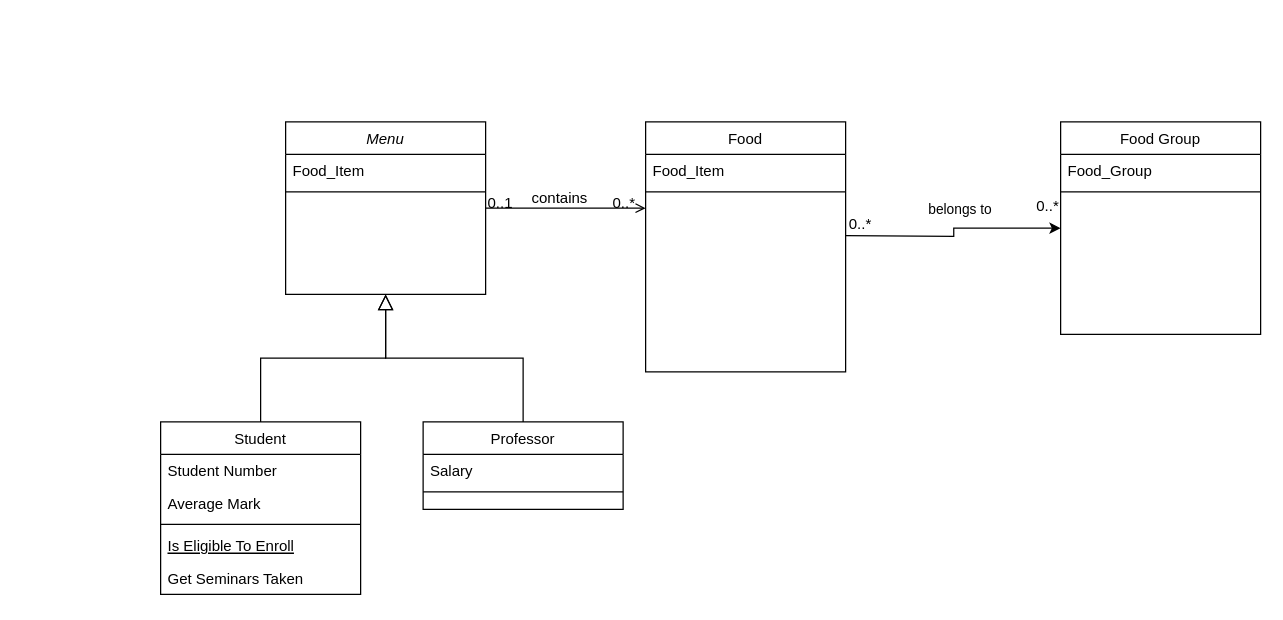
Earlier version of the draw.io diagram ext/Untitled Diagram.drawio (raeeschaudhary/Coursera_Exams). Source tidied: cells renumbered, new cells numbered last; positions are measured from the earlier drawing's top-left corner, leaving out a move shared by most shapes. Both pictures are drawn from the tidied source at 125%, with x=0, y=0 at pixel (160, 121).
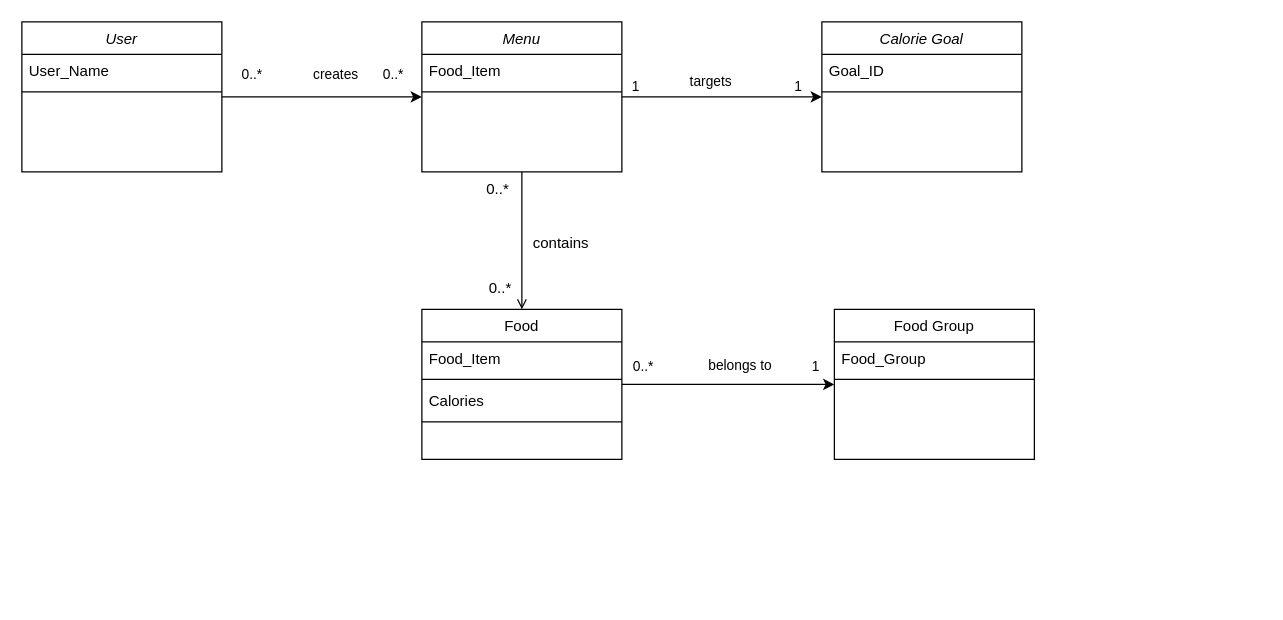
Above is the later version.

Unchanged cells that the change refers to:
```xml
<mxCell id="19" style="endArrow=open;shadow=0;strokeWidth=1;rounded=0;endFill=1;edgeStyle=elbowEdgeStyle;elbow=vertical;" parent="1" edge="1" source="2" target="16">
  <mxGeometry x="0.5" y="41" relative="1" as="geometry">
    <mxPoint x="-40" y="32" as="offset" />
  </mxGeometry>
</mxCell>
```

What changed in the source:
```diff
@@
+    <mxCell id="30" style="edgeStyle=orthogonalEdgeStyle;rounded=0;jettySize=auto;html=1;exitX=1;exitY=0.5;exitDx=0;exitDy=0;entryX=0;entryY=0.5;entryDx=0;entryDy=0;" parent="1" edge="1" source="2" target="45">
+      <mxGeometry relative="1" as="geometry" />
+    </mxCell>
+    <mxCell id="31" value="targets" style="edgeLabel;html=1;align=center;verticalAlign=middle;" parent="30" vertex="1">
+      <mxGeometry x="-0.03" y="4" relative="1" as="geometry">
+        <mxPoint x="-8" y="-9" as="offset" />
+      </mxGeometry>
+    </mxCell>
+    <mxCell id="32" value="1" style="edgeLabel;html=1;align=center;verticalAlign=middle;" parent="30" vertex="1">
+      <mxGeometry x="0.6" y="4" relative="1" as="geometry">
+        <mxPoint x="12" y="-5" as="offset" />
+      </mxGeometry>
+    </mxCell>
+    <mxCell id="33" value="1" style="edgeLabel;html=1;align=center;verticalAlign=middle;" parent="30" vertex="1">
+      <mxGeometry x="-0.78" y="2" relative="1" as="geometry">
+        <mxPoint x="-8" y="-7" as="offset" />
+      </mxGeometry>
+    </mxCell>
     <mxCell id="2" value="Menu" style="swimlane;fontStyle=2;align=center;verticalAlign=top;horizontal=1;startSize=26;rounded=0;shadow=0;strokeWidth=1;" parent="1" vertex="1">
-      <mxGeometry x="100" width="160" height="138" as="geometry" />
+      <mxGeometry x="209" y="-80" width="160" height="120" as="geometry" />
     </mxCell>
@@
-    <mxCell id="5" value="Student" style="swimlane;fontStyle=0;align=center;verticalAlign=top;horizontal=1;startSize=26;rounded=0;shadow=0;strokeWidth=1;" parent="1" vertex="1">
-      <mxGeometry y="240" width="160" height="138" as="geometry" />
-    </mxCell>
-    <mxCell id="6" value="Student Number" style="text;align=left;verticalAlign=top;spacingLeft=4;spacingRight=4;overflow=hidden;" parent="5" vertex="1">
-      <mxGeometry y="26" width="160" height="26" as="geometry" />
-    </mxCell>
-    <mxCell id="7" value="Average Mark" style="text;align=left;verticalAlign=top;spacingLeft=4;spacingRight=4;overflow=hidden;rounded=0;shadow=0;html=0;" parent="5" vertex="1">
-      <mxGeometry y="52" width="160" height="26" as="geometry" />
-    </mxCell>
-    <mxCell id="8" style="line;html=1;strokeWidth=1;align=left;verticalAlign=middle;spacingTop=-1;spacingLeft=3;spacingRight=3;labelPosition=right;" parent="5" vertex="1">
-      <mxGeometry y="78" width="160" height="8" as="geometry" />
-    </mxCell>
-    <mxCell id="9" value="Is Eligible To Enroll" style="text;align=left;verticalAlign=top;spacingLeft=4;spacingRight=4;overflow=hidden;fontStyle=4;" parent="5" vertex="1">
-      <mxGeometry y="86" width="160" height="26" as="geometry" />
-    </mxCell>
-    <mxCell id="10" value="Get Seminars Taken" style="text;align=left;verticalAlign=top;spacingLeft=4;spacingRight=4;overflow=hidden;" parent="5" vertex="1">
-      <mxGeometry y="112" width="160" height="26" as="geometry" />
-    </mxCell>
-    <mxCell id="11" style="endArrow=block;endSize=10;endFill=0;shadow=0;strokeWidth=1;rounded=0;edgeStyle=elbowEdgeStyle;elbow=vertical;" parent="1" edge="1" source="5" target="2">
-      <mxGeometry relative="1" as="geometry" />
-    </mxCell>
-    <mxCell id="12" value="Professor" style="swimlane;fontStyle=0;align=center;verticalAlign=top;horizontal=1;startSize=26;rounded=0;shadow=0;strokeWidth=1;" parent="1" vertex="1">
-      <mxGeometry x="210" y="240" width="160" height="70" as="geometry" />
-    </mxCell>
-    <mxCell id="13" value="Salary" style="text;align=left;verticalAlign=top;spacingLeft=4;spacingRight=4;overflow=hidden;" parent="12" vertex="1">
-      <mxGeometry y="26" width="160" height="26" as="geometry" />
-    </mxCell>
-    <mxCell id="14" style="line;html=1;strokeWidth=1;align=left;verticalAlign=middle;spacingTop=-1;spacingLeft=3;spacingRight=3;labelPosition=right;" parent="12" vertex="1">
-      <mxGeometry y="52" width="160" height="8" as="geometry" />
-    </mxCell>
-    <mxCell id="15" style="endArrow=block;endSize=10;endFill=0;shadow=0;strokeWidth=1;rounded=0;edgeStyle=elbowEdgeStyle;elbow=vertical;" parent="1" edge="1" source="12" target="2">
-      <mxGeometry relative="1" as="geometry" />
-    </mxCell>
     <mxCell id="16" value="Food" style="swimlane;fontStyle=0;align=center;verticalAlign=top;horizontal=1;startSize=26;rounded=0;shadow=0;strokeWidth=1;" parent="1" vertex="1">
-      <mxGeometry x="388" width="160" height="200" as="geometry" />
+      <mxGeometry x="209" y="150" width="160" height="120" as="geometry" />
     </mxCell>
@@
+    <mxCell id="34" value="Calories" style="text;align=left;verticalAlign=top;spacingLeft=4;spacingRight=4;overflow=hidden;" parent="16" vertex="1">
+      <mxGeometry y="60" width="160" height="26" as="geometry" />
+    </mxCell>
+    <mxCell id="35" style="line;html=1;strokeWidth=1;align=left;verticalAlign=middle;spacingTop=-1;spacingLeft=3;spacingRight=3;labelPosition=right;" parent="16" vertex="1">
+      <mxGeometry y="86" width="160" height="8" as="geometry" />
+    </mxCell>
@@
-    <mxCell id="20" value="0..1" style="align=left;verticalAlign=bottom;labelBackgroundColor=none;fontSize=12;" parent="19" vertex="1">
+    <mxCell id="20" value="0..*" style="align=left;verticalAlign=bottom;labelBackgroundColor=none;fontSize=12;" parent="19" vertex="1">
       <mxGeometry x="-1" relative="1" as="geometry">
-        <mxPoint y="4" as="offset" />
+        <mxPoint x="-30" y="22" as="offset" />
       </mxGeometry>
     </mxCell>
     <mxCell id="21" value="0..*" style="align=right;verticalAlign=bottom;labelBackgroundColor=none;fontSize=12;" parent="19" vertex="1">
       <mxGeometry x="1" relative="1" as="geometry">
-        <mxPoint x="-7" y="4" as="offset" />
+        <mxPoint x="-7" y="-9" as="offset" />
       </mxGeometry>
     </mxCell>
     <mxCell id="22" value="contains" style="text;html=1;align=center;verticalAlign=middle;labelBackgroundColor=none;rounded=0;shadow=0;strokeWidth=1;fontSize=12;" parent="19" vertex="1">
       <mxGeometry x="0.5" y="49" relative="1" as="geometry">
-        <mxPoint x="-38" y="40" as="offset" />
+        <mxPoint x="-19" y="-27" as="offset" />
       </mxGeometry>
     </mxCell>
     <mxCell id="23" value="Food Group" style="swimlane;fontStyle=0;align=center;verticalAlign=top;horizontal=1;startSize=26;rounded=0;shadow=0;strokeWidth=1;" parent="1" vertex="1">
-      <mxGeometry x="720" width="160" height="170" as="geometry" />
+      <mxGeometry x="539" y="150" width="160" height="120" as="geometry" />
     </mxCell>
@@
-    <mxCell id="26" style="edgeStyle=orthogonalEdgeStyle;rounded=0;jettySize=auto;html=1;exitX=1;exitY=0.5;exitDx=0;exitDy=0;entryX=0;entryY=0.5;entryDx=0;entryDy=0;" parent="1" edge="1" target="23">
-      <mxGeometry relative="1" as="geometry">
-        <mxPoint x="548" y="91" as="sourcePoint" />
-      </mxGeometry>
+    <mxCell id="26" style="edgeStyle=orthogonalEdgeStyle;rounded=0;jettySize=auto;html=1;entryX=0;entryY=0.5;entryDx=0;entryDy=0;exitX=1;exitY=0.5;exitDx=0;exitDy=0;" parent="1" edge="1" source="16" target="23">
+      <mxGeometry relative="1" as="geometry" />
     </mxCell>
@@
-    <mxCell id="28" value="0..*" style="align=right;verticalAlign=bottom;labelBackgroundColor=none;fontSize=12;" parent="1" vertex="1">
-      <mxGeometry x="570" y="90" as="geometry" />
-    </mxCell>
-    <mxCell id="29" value="0..*" style="align=right;verticalAlign=bottom;labelBackgroundColor=none;fontSize=12;" parent="1" vertex="1">
-      <mxGeometry x="707" y="69" as="geometry">
-        <mxPoint x="13" y="7" as="offset" />
-      </mxGeometry>
-    </mxCell>
+    <mxCell id="36" value="1" style="edgeLabel;html=1;align=center;verticalAlign=middle;" parent="26" vertex="1">
+      <mxGeometry x="0.71" y="-3" relative="1" as="geometry">
+        <mxPoint x="9" y="-18" as="offset" />
+      </mxGeometry>
+    </mxCell>
+    <mxCell id="37" value="0..*" style="edgeLabel;html=1;align=center;verticalAlign=middle;" parent="26" vertex="1">
+      <mxGeometry x="-0.68" y="3" relative="1" as="geometry">
+        <mxPoint x="-11" y="-12" as="offset" />
+      </mxGeometry>
+    </mxCell>
+    <mxCell id="38" style="edgeStyle=orthogonalEdgeStyle;rounded=0;jettySize=auto;html=1;entryX=0;entryY=0.5;entryDx=0;entryDy=0;exitX=1;exitY=0.5;exitDx=0;exitDy=0;" parent="1" edge="1" source="42" target="2">
+      <mxGeometry relative="1" as="geometry" />
+    </mxCell>
+    <mxCell id="39" value="creates" style="edgeLabel;html=1;align=center;verticalAlign=middle;" parent="38" vertex="1">
+      <mxGeometry x="0.04" y="-2" relative="1" as="geometry">
+        <mxPoint x="7" y="-21" as="offset" />
+      </mxGeometry>
+    </mxCell>
+    <mxCell id="40" value="0..*" style="edgeLabel;html=1;align=center;verticalAlign=middle;" parent="38" vertex="1">
+      <mxGeometry x="0.63" y="-2" relative="1" as="geometry">
+        <mxPoint x="6" y="-21" as="offset" />
+      </mxGeometry>
+    </mxCell>
+    <mxCell id="41" value="0..*" style="edgeLabel;html=1;align=center;verticalAlign=middle;" parent="38" vertex="1">
+      <mxGeometry x="-0.69" y="2" relative="1" as="geometry">
+        <mxPoint x="-2" y="-17" as="offset" />
+      </mxGeometry>
+    </mxCell>
+    <mxCell id="42" value="User" style="swimlane;fontStyle=2;align=center;verticalAlign=top;horizontal=1;startSize=26;rounded=0;shadow=0;strokeWidth=1;" parent="1" vertex="1">
+      <mxGeometry x="-111" y="-80" width="160" height="120" as="geometry" />
+    </mxCell>
+    <mxCell id="43" value="User_Name" style="text;align=left;verticalAlign=top;spacingLeft=4;spacingRight=4;overflow=hidden;" parent="42" vertex="1">
+      <mxGeometry y="26" width="160" height="26" as="geometry" />
+    </mxCell>
+    <mxCell id="44" style="line;html=1;strokeWidth=1;align=left;verticalAlign=middle;spacingTop=-1;spacingLeft=3;spacingRight=3;labelPosition=right;" parent="42" vertex="1">
+      <mxGeometry y="52" width="160" height="8" as="geometry" />
+    </mxCell>
+    <mxCell id="45" value="Calorie Goal" style="swimlane;fontStyle=2;align=center;verticalAlign=top;horizontal=1;startSize=26;rounded=0;shadow=0;strokeWidth=1;" parent="1" vertex="1">
+      <mxGeometry x="529" y="-80" width="160" height="120" as="geometry" />
+    </mxCell>
+    <mxCell id="46" value="Goal_ID" style="text;align=left;verticalAlign=top;spacingLeft=4;spacingRight=4;overflow=hidden;" parent="45" vertex="1">
+      <mxGeometry y="26" width="160" height="26" as="geometry" />
+    </mxCell>
+    <mxCell id="47" style="line;html=1;strokeWidth=1;align=left;verticalAlign=middle;spacingTop=-1;spacingLeft=3;spacingRight=3;labelPosition=right;" parent="45" vertex="1">
+      <mxGeometry y="52" width="160" height="8" as="geometry" />
+    </mxCell>
```
